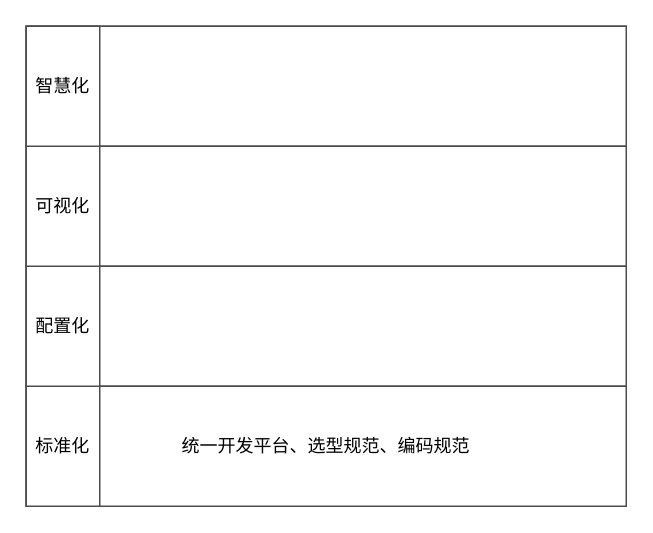
tangyaosimida/love keeps this draw.io diagram as 低代码—zebras建设思路.drawio. Above is the earlier version. Source tidied: cells renumbered, new cells numbered last; positions are measured from the earlier drawing's top-left corner, leaving out a move shared by most shapes. Both pictures are drawn from the tidied source at 150%, with x=0, y=0 at pixel (26, 26).
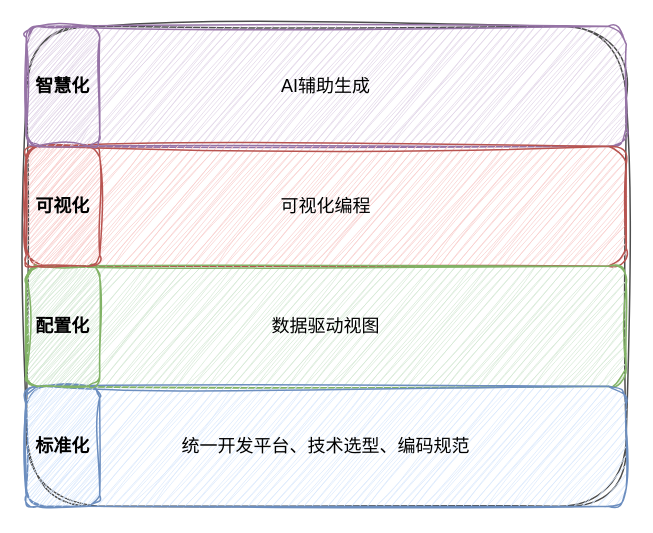
Above is the later version.

Commit message (it also covers changes not shown here):
更新低代码—zebras建设思路.drawio

Change to the diagram source:
```diff
@@
 <mxGraphModel>
   <root>
     <mxCell id="0" />
     <mxCell id="1" parent="0" />
-    <mxCell id="2" style="rounded=0;whiteSpace=wrap;html=1;strokeColor=#4D4D4D;" parent="1" vertex="1">
+    <mxCell id="2" style="rounded=1;whiteSpace=wrap;html=1;strokeColor=#4D4D4D;fillColor=none;glass=0;shadow=0;textShadow=0;sketch=1;curveFitting=1;jiggle=2;fontStyle=1;" parent="1" vertex="1">
       <mxGeometry width="400" height="320" as="geometry" />
     </mxCell>
-    <mxCell id="3" style="rounded=0;whiteSpace=wrap;html=1;strokeColor=#4D4D4D;" parent="1" vertex="1">
+    <mxCell id="3" value="AI辅助生成" style="rounded=1;whiteSpace=wrap;html=1;strokeColor=#9673a6;fillColor=#e1d5e7;glass=0;shadow=0;textShadow=0;sketch=1;curveFitting=1;jiggle=2;fontStyle=0;" parent="1" vertex="1">
       <mxGeometry width="400" height="80" as="geometry" />
     </mxCell>
-    <mxCell id="4" style="rounded=0;whiteSpace=wrap;html=1;strokeColor=#4D4D4D;" parent="1" vertex="1">
+    <mxCell id="4" value="可视化编程" style="rounded=1;whiteSpace=wrap;html=1;strokeColor=#b85450;fillColor=#f8cecc;glass=0;shadow=0;textShadow=0;sketch=1;curveFitting=1;jiggle=2;fontStyle=0;" parent="1" vertex="1">
       <mxGeometry y="80" width="400" height="80" as="geometry" />
     </mxCell>
-    <mxCell id="5" style="rounded=0;whiteSpace=wrap;html=1;strokeColor=#4D4D4D;" parent="1" vertex="1">
+    <mxCell id="5" value="数据驱动视图" style="rounded=1;whiteSpace=wrap;html=1;strokeColor=#82b366;fillColor=#d5e8d4;glass=0;shadow=0;textShadow=0;sketch=1;curveFitting=1;jiggle=2;fontStyle=0;" parent="1" vertex="1">
       <mxGeometry y="160" width="400" height="80" as="geometry" />
     </mxCell>
-    <mxCell id="6" value="统一开发平台、选型规范、编码规范" style="rounded=0;whiteSpace=wrap;html=1;strokeColor=#4D4D4D;" parent="1" vertex="1">
+    <mxCell id="6" value="统一开发平台、技术选型、编码规范" style="rounded=1;whiteSpace=wrap;html=1;strokeColor=#6c8ebf;fillColor=#dae8fc;glass=0;shadow=0;textShadow=0;sketch=1;curveFitting=1;jiggle=2;fontStyle=0;" parent="1" vertex="1">
       <mxGeometry y="240" width="400" height="80" as="geometry" />
     </mxCell>
-    <mxCell id="7" value="标准化" style="rounded=0;whiteSpace=wrap;html=1;strokeColor=#4D4D4D;" parent="1" vertex="1">
+    <mxCell id="7" value="标准化" style="rounded=1;whiteSpace=wrap;html=1;strokeColor=#6c8ebf;fillColor=#dae8fc;glass=0;shadow=0;textShadow=0;sketch=1;curveFitting=1;jiggle=2;fontStyle=1;" parent="1" vertex="1">
       <mxGeometry y="240" width="49" height="80" as="geometry" />
     </mxCell>
-    <mxCell id="8" value="配置化" style="rounded=0;whiteSpace=wrap;html=1;strokeColor=#4D4D4D;" parent="1" vertex="1">
+    <mxCell id="8" value="配置化" style="rounded=1;whiteSpace=wrap;html=1;strokeColor=#82b366;fillColor=#d5e8d4;glass=0;shadow=0;textShadow=0;sketch=1;curveFitting=1;jiggle=2;fontStyle=1;" parent="1" vertex="1">
       <mxGeometry y="160" width="49" height="80" as="geometry" />
     </mxCell>
-    <mxCell id="9" value="可视化" style="rounded=0;whiteSpace=wrap;html=1;strokeColor=#4D4D4D;" parent="1" vertex="1">
+    <mxCell id="9" value="可视化" style="rounded=1;whiteSpace=wrap;html=1;strokeColor=#b85450;fillColor=#f8cecc;glass=0;shadow=0;textShadow=0;sketch=1;curveFitting=1;jiggle=2;fontStyle=1;" parent="1" vertex="1">
       <mxGeometry y="80" width="49" height="80" as="geometry" />
     </mxCell>
-    <mxCell id="10" value="智慧化" style="rounded=0;whiteSpace=wrap;html=1;strokeColor=#4D4D4D;" parent="1" vertex="1">
+    <mxCell id="10" value="智慧化" style="rounded=1;whiteSpace=wrap;html=1;strokeColor=#9673a6;fillColor=#e1d5e7;glass=0;shadow=0;textShadow=0;sketch=1;curveFitting=1;jiggle=2;fontStyle=1;" parent="1" vertex="1">
       <mxGeometry width="49" height="80" as="geometry" />
     </mxCell>
   </root>
 </mxGraphModel>
```
